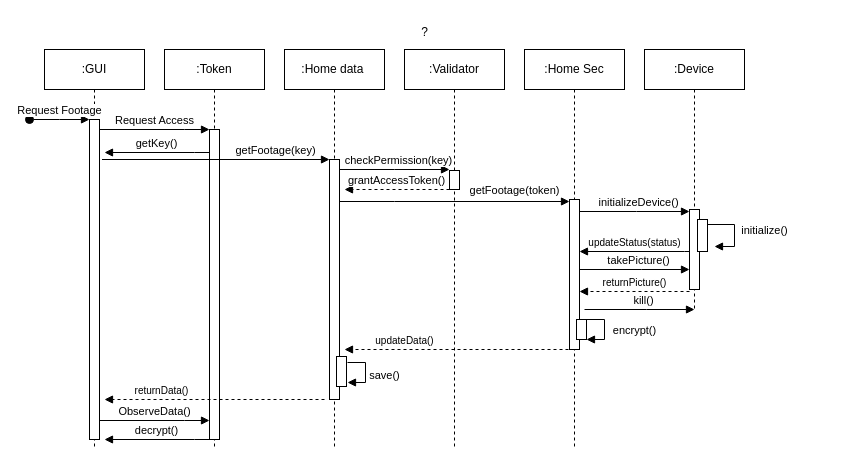
Before: Diagrama sin título.drawio in zelcam4ever/SoftwareArch, a draw.io diagram. Source tidied: cells renumbered, new cells numbered last; positions are measured from the earlier drawing's top-left corner, leaving out a move shared by most shapes. Both pictures are drawn from the tidied source at 100%, with x=0, y=0 at pixel (29, 17).
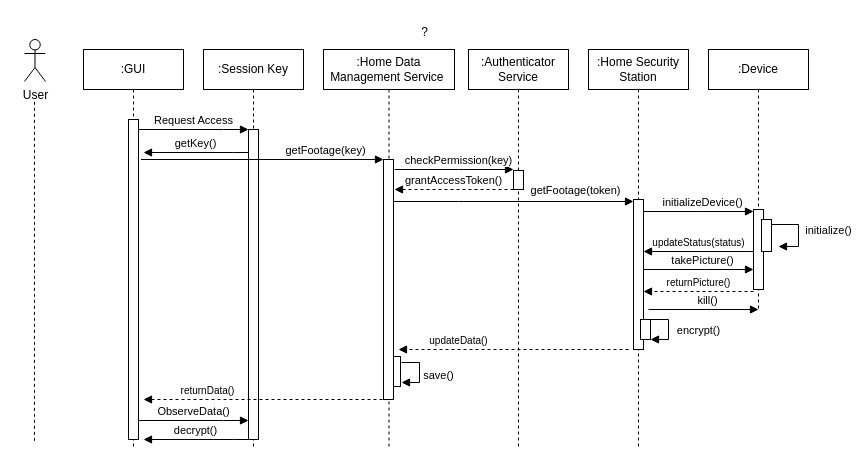
Above is the later version.

The change refers to these unchanged cells:
```xml
<mxCell id="3" style="html=1;points=[];perimeter=orthogonalPerimeter;outlineConnect=0;targetShapes=umlLifeline;portConstraint=eastwest;newEdgeStyle={&quot;edgeStyle&quot;:&quot;elbowEdgeStyle&quot;,&quot;elbow&quot;:&quot;vertical&quot;,&quot;curved&quot;:0,&quot;rounded&quot;:0};" parent="2" vertex="1">
  <mxGeometry x="45" y="70" width="10" height="320" as="geometry" />
</mxCell>
<mxCell id="6" style="html=1;points=[];perimeter=orthogonalPerimeter;outlineConnect=0;targetShapes=umlLifeline;portConstraint=eastwest;newEdgeStyle={&quot;edgeStyle&quot;:&quot;elbowEdgeStyle&quot;,&quot;elbow&quot;:&quot;vertical&quot;,&quot;curved&quot;:0,&quot;rounded&quot;:0};" parent="5" vertex="1">
  <mxGeometry x="45" y="80" width="10" height="310" as="geometry" />
</mxCell>
```

What changed in the source:
```diff
@@
     <mxCell id="2" value=":GUI" style="shape=umlLifeline;perimeter=lifelinePerimeter;whiteSpace=wrap;html=1;newEdgeStyle={&quot;edgeStyle&quot;:&quot;elbowEdgeStyle&quot;,&quot;elbow&quot;:&quot;vertical&quot;,&quot;curved&quot;:0,&quot;rounded&quot;:0};" parent="1" vertex="1">
-      <mxGeometry x="15" y="32" width="100" height="400" as="geometry" />
+      <mxGeometry x="54" y="32" width="100" height="400" as="geometry" />
     </mxCell>
@@
-    <mxCell id="4" value="Request Footage" style="html=1;verticalAlign=bottom;startArrow=oval;endArrow=block;startSize=8;edgeStyle=elbowEdgeStyle;elbow=vertical;curved=0;rounded=0;" parent="2" edge="1" target="3">
-      <mxGeometry relative="1" as="geometry">
-        <mxPoint x="-15" y="70" as="sourcePoint" />
-      </mxGeometry>
-    </mxCell>
-    <mxCell id="5" value=":Token" style="shape=umlLifeline;perimeter=lifelinePerimeter;whiteSpace=wrap;html=1;newEdgeStyle={&quot;edgeStyle&quot;:&quot;elbowEdgeStyle&quot;,&quot;elbow&quot;:&quot;vertical&quot;,&quot;curved&quot;:0,&quot;rounded&quot;:0};" parent="1" vertex="1">
-      <mxGeometry x="135" y="32" width="100" height="400" as="geometry" />
+    <mxCell id="5" value=":Session Key" style="shape=umlLifeline;perimeter=lifelinePerimeter;whiteSpace=wrap;html=1;newEdgeStyle={&quot;edgeStyle&quot;:&quot;elbowEdgeStyle&quot;,&quot;elbow&quot;:&quot;vertical&quot;,&quot;curved&quot;:0,&quot;rounded&quot;:0};" parent="1" vertex="1">
+      <mxGeometry x="174" y="32" width="100" height="400" as="geometry" />
     </mxCell>
@@
     <mxCell id="7" value="Request Access" style="html=1;verticalAlign=bottom;endArrow=block;edgeStyle=elbowEdgeStyle;elbow=vertical;curved=0;rounded=0;" parent="1" edge="1" source="3" target="6">
       <mxGeometry relative="1" as="geometry">
         <Array as="points">
-          <mxPoint x="155" y="112" />
+          <mxPoint x="194" y="112" />
         </Array>
       </mxGeometry>
     </mxCell>
     <mxCell id="8" value="getKey()" style="html=1;verticalAlign=bottom;endArrow=block;edgeStyle=elbowEdgeStyle;elbow=vertical;curved=0;rounded=0;" parent="1" edge="1" source="6">
       <mxGeometry relative="1" as="geometry">
-        <mxPoint x="75" y="135" as="targetPoint" />
+        <mxPoint x="114" y="135" as="targetPoint" />
         <Array as="points">
-          <mxPoint x="165" y="135" />
+          <mxPoint x="204" y="135" />
         </Array>
       </mxGeometry>
     </mxCell>
-    <mxCell id="9" value=":Home data&amp;nbsp;" style="shape=umlLifeline;perimeter=lifelinePerimeter;whiteSpace=wrap;html=1;outlineConnect=0;portConstraint=eastwest;newEdgeStyle={&quot;edgeStyle&quot;:&quot;elbowEdgeStyle&quot;,&quot;elbow&quot;:&quot;vertical&quot;,&quot;curved&quot;:0,&quot;rounded&quot;:0};" parent="1" vertex="1">
-      <mxGeometry x="255" y="32" width="100" height="400" as="geometry" />
+    <mxCell id="9" value=":Home Data Management Service&amp;nbsp;" style="shape=umlLifeline;perimeter=lifelinePerimeter;whiteSpace=wrap;html=1;outlineConnect=0;portConstraint=eastwest;newEdgeStyle={&quot;edgeStyle&quot;:&quot;elbowEdgeStyle&quot;,&quot;elbow&quot;:&quot;vertical&quot;,&quot;curved&quot;:0,&quot;rounded&quot;:0};" parent="1" vertex="1">
+      <mxGeometry x="294" y="32" width="131" height="400" as="geometry" />
     </mxCell>
+    <mxCell id="11" style="html=1;perimeter=orthogonalPerimeter;targetShapes=umlLifeline;newEdgeStyle={&quot;edgeStyle&quot;:&quot;elbowEdgeStyle&quot;,&quot;elbow&quot;:&quot;vertical&quot;,&quot;curved&quot;:0,&quot;rounded&quot;:0};" parent="9" vertex="1">
+      <mxGeometry x="67" y="307" width="10" height="30" as="geometry" />
+    </mxCell>
     <mxCell id="10" style="html=1;points=[];perimeter=orthogonalPerimeter;outlineConnect=0;targetShapes=umlLifeline;portConstraint=eastwest;newEdgeStyle={&quot;edgeStyle&quot;:&quot;elbowEdgeStyle&quot;,&quot;elbow&quot;:&quot;vertical&quot;,&quot;curved&quot;:0,&quot;rounded&quot;:0};" parent="9" vertex="1">
-      <mxGeometry x="45" y="110" width="10" height="240" as="geometry" />
+      <mxGeometry x="60" y="110" width="10" height="240" as="geometry" />
     </mxCell>
-    <mxCell id="11" style="html=1;perimeter=orthogonalPerimeter;targetShapes=umlLifeline;newEdgeStyle={&quot;edgeStyle&quot;:&quot;elbowEdgeStyle&quot;,&quot;elbow&quot;:&quot;vertical&quot;,&quot;curved&quot;:0,&quot;rounded&quot;:0};" parent="9" vertex="1">
-      <mxGeometry x="52" y="307" width="10" height="30" as="geometry" />
-    </mxCell>
-    <mxCell id="12" value=":Validator" style="shape=umlLifeline;perimeter=lifelinePerimeter;whiteSpace=wrap;html=1;newEdgeStyle={&quot;edgeStyle&quot;:&quot;elbowEdgeStyle&quot;,&quot;elbow&quot;:&quot;vertical&quot;,&quot;curved&quot;:0,&quot;rounded&quot;:0};" parent="1" vertex="1">
-      <mxGeometry x="375" y="32" width="100" height="400" as="geometry" />
+    <mxCell id="12" value=":Authenticator Service" style="shape=umlLifeline;perimeter=lifelinePerimeter;whiteSpace=wrap;html=1;newEdgeStyle={&quot;edgeStyle&quot;:&quot;elbowEdgeStyle&quot;,&quot;elbow&quot;:&quot;vertical&quot;,&quot;curved&quot;:0,&quot;rounded&quot;:0};" parent="1" vertex="1">
+      <mxGeometry x="439" y="32" width="100" height="400" as="geometry" />
     </mxCell>
@@
-    <mxCell id="14" value=":Home Sec" style="shape=umlLifeline;perimeter=lifelinePerimeter;whiteSpace=wrap;html=1;newEdgeStyle={&quot;edgeStyle&quot;:&quot;elbowEdgeStyle&quot;,&quot;elbow&quot;:&quot;vertical&quot;,&quot;curved&quot;:0,&quot;rounded&quot;:0};" parent="1" vertex="1">
-      <mxGeometry x="495" y="32" width="100" height="400" as="geometry" />
+    <mxCell id="14" value=":Home Security Station" style="shape=umlLifeline;perimeter=lifelinePerimeter;whiteSpace=wrap;html=1;newEdgeStyle={&quot;edgeStyle&quot;:&quot;elbowEdgeStyle&quot;,&quot;elbow&quot;:&quot;vertical&quot;,&quot;curved&quot;:0,&quot;rounded&quot;:0};" parent="1" vertex="1">
+      <mxGeometry x="559" y="32" width="100" height="400" as="geometry" />
     </mxCell>
@@
     <mxCell id="18" value=":Device" style="shape=umlLifeline;perimeter=lifelinePerimeter;whiteSpace=wrap;html=1;newEdgeStyle={&quot;edgeStyle&quot;:&quot;elbowEdgeStyle&quot;,&quot;elbow&quot;:&quot;vertical&quot;,&quot;curved&quot;:0,&quot;rounded&quot;:0};" parent="1" vertex="1">
-      <mxGeometry x="615" y="32" width="100" height="260" as="geometry" />
+      <mxGeometry x="679" y="32" width="100" height="260" as="geometry" />
     </mxCell>
@@
-    <mxCell id="22" value="getFootage(key)" style="html=1;verticalAlign=bottom;endArrow=block;edgeStyle=elbowEdgeStyle;elbow=vertical;curved=0;rounded=0;" parent="1" edge="1">
+    <mxCell id="22" value="getFootage(key)" style="html=1;verticalAlign=bottom;endArrow=block;edgeStyle=elbowEdgeStyle;elbow=vertical;curved=0;rounded=0;" parent="1" edge="1" target="10">
       <mxGeometry x="0.52" relative="1" as="geometry">
-        <mxPoint x="72.5" y="142" as="sourcePoint" />
-        <mxPoint x="300" y="142" as="targetPoint" />
+        <mxPoint x="111.5" y="142" as="sourcePoint" />
         <Array as="points">
-          <mxPoint x="157.5" y="142" />
+          <mxPoint x="196.5" y="142" />
         </Array>
       </mxGeometry>
     </mxCell>
@@
     <mxCell id="24" value="checkPermission(key)" style="html=1;verticalAlign=bottom;endArrow=block;edgeStyle=elbowEdgeStyle;elbow=vertical;curved=0;rounded=0;" parent="1" edge="1">
       <mxGeometry x="0.08" relative="1" as="geometry">
-        <mxPoint x="310" y="152" as="sourcePoint" />
-        <mxPoint x="420" y="152" as="targetPoint" />
+        <mxPoint x="365" y="152" as="sourcePoint" />
+        <mxPoint x="484" y="152" as="targetPoint" />
         <Array as="points">
-          <mxPoint x="365" y="152" />
-          <mxPoint x="377.5" y="162" />
+          <mxPoint x="429" y="152" />
+          <mxPoint x="441.5" y="162" />
         </Array>
       </mxGeometry>
     </mxCell>
     <mxCell id="25" value="grantAccessToken()" style="html=1;verticalAlign=bottom;endArrow=block;edgeStyle=elbowEdgeStyle;elbow=vertical;curved=0;rounded=0;dashed=1;" parent="1" edge="1">
       <mxGeometry relative="1" as="geometry">
-        <mxPoint x="420" y="172" as="sourcePoint" />
-        <mxPoint x="315" y="172" as="targetPoint" />
+        <mxPoint x="484" y="172" as="sourcePoint" />
+        <mxPoint x="365" y="172" as="targetPoint" />
         <Array as="points">
-          <mxPoint x="415" y="172" />
+          <mxPoint x="479" y="172" />
         </Array>
       </mxGeometry>
     </mxCell>
-    <mxCell id="26" value="getFootage(token)" style="html=1;verticalAlign=bottom;endArrow=block;edgeStyle=elbowEdgeStyle;elbow=vertical;curved=0;rounded=0;" parent="1" edge="1">
+    <mxCell id="26" value="getFootage(token)" style="html=1;verticalAlign=bottom;endArrow=block;edgeStyle=elbowEdgeStyle;elbow=vertical;curved=0;rounded=0;" parent="1" edge="1" source="10">
       <mxGeometry x="0.52" y="2" relative="1" as="geometry">
-        <mxPoint x="310" y="184" as="sourcePoint" />
-        <mxPoint x="540" y="184" as="targetPoint" />
+        <mxPoint x="604" y="184" as="targetPoint" />
         <Array as="points">
-          <mxPoint x="365" y="184" />
-          <mxPoint x="377.5" y="194" />
+          <mxPoint x="429" y="184" />
+          <mxPoint x="441.5" y="194" />
         </Array>
       </mxGeometry>
     </mxCell>
     <mxCell id="27" value="initializeDevice()" style="html=1;verticalAlign=bottom;endArrow=block;edgeStyle=elbowEdgeStyle;elbow=vertical;curved=0;rounded=0;" parent="1" edge="1">
       <mxGeometry x="0.08" relative="1" as="geometry">
-        <mxPoint x="550" y="194" as="sourcePoint" />
-        <mxPoint x="660" y="194" as="targetPoint" />
+        <mxPoint x="614" y="194" as="sourcePoint" />
+        <mxPoint x="724" y="194" as="targetPoint" />
         <Array as="points">
-          <mxPoint x="607" y="194" />
-          <mxPoint x="619.5" y="204" />
+          <mxPoint x="671" y="194" />
+          <mxPoint x="683.5" y="204" />
         </Array>
       </mxGeometry>
     </mxCell>
     <mxCell id="28" value="&lt;font style=&quot;font-size: 10px;&quot;&gt;updateStatus(status)&lt;/font&gt;" style="html=1;verticalAlign=bottom;endArrow=block;edgeStyle=elbowEdgeStyle;elbow=vertical;curved=0;rounded=0;" parent="1" edge="1">
       <mxGeometry relative="1" as="geometry">
-        <mxPoint x="660" y="234" as="sourcePoint" />
-        <mxPoint x="550" y="234" as="targetPoint" />
+        <mxPoint x="724" y="234" as="sourcePoint" />
+        <mxPoint x="614" y="234" as="targetPoint" />
         <Array as="points">
-          <mxPoint x="655" y="234" />
+          <mxPoint x="719" y="234" />
         </Array>
       </mxGeometry>
     </mxCell>
     <mxCell id="29" value="takePicture()" style="html=1;verticalAlign=bottom;endArrow=block;edgeStyle=elbowEdgeStyle;elbow=vertical;curved=0;rounded=0;" parent="1" edge="1">
       <mxGeometry x="0.08" relative="1" as="geometry">
-        <mxPoint x="550" y="252" as="sourcePoint" />
-        <mxPoint x="660" y="252" as="targetPoint" />
+        <mxPoint x="614" y="252" as="sourcePoint" />
+        <mxPoint x="724" y="252" as="targetPoint" />
         <Array as="points">
-          <mxPoint x="612" y="252" />
-          <mxPoint x="624.5" y="262" />
+          <mxPoint x="676" y="252" />
+          <mxPoint x="688.5" y="262" />
         </Array>
       </mxGeometry>
     </mxCell>
     <mxCell id="30" value="&lt;font style=&quot;font-size: 10px;&quot;&gt;returnPicture()&lt;/font&gt;" style="html=1;verticalAlign=bottom;endArrow=block;edgeStyle=elbowEdgeStyle;elbow=vertical;curved=0;rounded=0;dashed=1;" parent="1" edge="1">
       <mxGeometry relative="1" as="geometry">
-        <mxPoint x="660" y="274" as="sourcePoint" />
-        <mxPoint x="550" y="274" as="targetPoint" />
+        <mxPoint x="724" y="274" as="sourcePoint" />
+        <mxPoint x="614" y="274" as="targetPoint" />
         <Array as="points">
-          <mxPoint x="655" y="274" />
+          <mxPoint x="719" y="274" />
         </Array>
       </mxGeometry>
     </mxCell>
     <mxCell id="31" value="kill()" style="html=1;verticalAlign=bottom;endArrow=block;edgeStyle=elbowEdgeStyle;elbow=vertical;curved=0;rounded=0;" parent="1" edge="1">
       <mxGeometry x="0.08" relative="1" as="geometry">
-        <mxPoint x="555" y="292" as="sourcePoint" />
-        <mxPoint x="665" y="292" as="targetPoint" />
+        <mxPoint x="619" y="292" as="sourcePoint" />
+        <mxPoint x="729" y="292" as="targetPoint" />
         <Array as="points">
-          <mxPoint x="617" y="292" />
-          <mxPoint x="629.5" y="302" />
+          <mxPoint x="681" y="292" />
+          <mxPoint x="693.5" y="302" />
         </Array>
       </mxGeometry>
     </mxCell>
     <mxCell id="32" value="&lt;font style=&quot;font-size: 10px;&quot;&gt;updateData()&lt;/font&gt;" style="html=1;verticalAlign=bottom;endArrow=block;edgeStyle=elbowEdgeStyle;elbow=vertical;curved=0;rounded=0;dashed=1;" parent="1" edge="1">
       <mxGeometry x="0.48" relative="1" as="geometry">
-        <mxPoint x="545" y="332" as="sourcePoint" />
-        <mxPoint x="315" y="332" as="targetPoint" />
+        <mxPoint x="599" y="332" as="sourcePoint" />
+        <mxPoint x="369" y="332" as="targetPoint" />
         <Array as="points">
-          <mxPoint x="540" y="332" />
+          <mxPoint x="594" y="332" />
         </Array>
       </mxGeometry>
     </mxCell>
     <mxCell id="33" value="save()" style="html=1;verticalAlign=bottom;endArrow=block;edgeStyle=elbowEdgeStyle;rounded=0;" parent="1" edge="1">
       <mxGeometry x="0.36" y="19" relative="1" as="geometry">
-        <mxPoint x="318" y="345" as="sourcePoint" />
-        <mxPoint x="318" y="365" as="targetPoint" />
+        <mxPoint x="372" y="345" as="sourcePoint" />
+        <mxPoint x="372" y="365" as="targetPoint" />
         <Array as="points">
-          <mxPoint x="336" y="355" />
+          <mxPoint x="390" y="355" />
         </Array>
         <mxPoint x="19" y="-17" as="offset" />
       </mxGeometry>
     </mxCell>
-    <mxCell id="34" value="&lt;font style=&quot;font-size: 10px;&quot;&gt;returnData()&lt;/font&gt;" style="html=1;verticalAlign=bottom;endArrow=block;edgeStyle=elbowEdgeStyle;elbow=vertical;curved=0;rounded=0;dashed=1;" parent="1" edge="1">
+    <mxCell id="34" value="&lt;font style=&quot;font-size: 10px;&quot;&gt;returnData()&lt;/font&gt;" style="html=1;verticalAlign=bottom;endArrow=block;edgeStyle=elbowEdgeStyle;elbow=vertical;curved=0;rounded=0;dashed=1;" parent="1" edge="1" source="9">
       <mxGeometry x="0.48" relative="1" as="geometry">
-        <mxPoint x="295" y="382" as="sourcePoint" />
-        <mxPoint x="75" y="382" as="targetPoint" />
+        <mxPoint x="114" y="382" as="targetPoint" />
         <Array as="points">
-          <mxPoint x="290" y="382" />
+          <mxPoint x="329" y="382" />
         </Array>
       </mxGeometry>
     </mxCell>
     <mxCell id="35" value="decrypt()" style="html=1;verticalAlign=bottom;endArrow=block;edgeStyle=elbowEdgeStyle;elbow=vertical;curved=0;rounded=0;" parent="1" edge="1">
       <mxGeometry relative="1" as="geometry">
-        <mxPoint x="180" y="422" as="sourcePoint" />
-        <mxPoint x="75" y="422" as="targetPoint" />
+        <mxPoint x="219" y="422" as="sourcePoint" />
+        <mxPoint x="114" y="422" as="targetPoint" />
         <Array as="points">
-          <mxPoint x="165" y="422" />
+          <mxPoint x="204" y="422" />
         </Array>
       </mxGeometry>
     </mxCell>
     <mxCell id="36" value="ObserveData()" style="html=1;verticalAlign=bottom;endArrow=block;edgeStyle=elbowEdgeStyle;elbow=vertical;curved=0;rounded=0;" parent="1" edge="1">
       <mxGeometry relative="1" as="geometry">
-        <mxPoint x="70" y="403" as="sourcePoint" />
-        <mxPoint x="180" y="403" as="targetPoint" />
+        <mxPoint x="109" y="403" as="sourcePoint" />
+        <mxPoint x="219" y="403" as="targetPoint" />
         <Array as="points">
-          <mxPoint x="155" y="403" />
+          <mxPoint x="194" y="403" />
         </Array>
       </mxGeometry>
     </mxCell>
+    <mxCell id="37" value="User" style="shape=umlActor;verticalLabelPosition=bottom;verticalAlign=top;html=1;" parent="1" vertex="1">
+      <mxGeometry x="-5" y="22" width="21" height="42" as="geometry" />
+    </mxCell>
+    <mxCell id="38" style="endArrow=none;dashed=1;html=1;rounded=0;" parent="1" edge="1">
+      <mxGeometry relative="1" as="geometry">
+        <mxPoint x="5" y="423.3" as="sourcePoint" />
+        <mxPoint x="5" y="82" as="targetPoint" />
+      </mxGeometry>
+    </mxCell>
```
